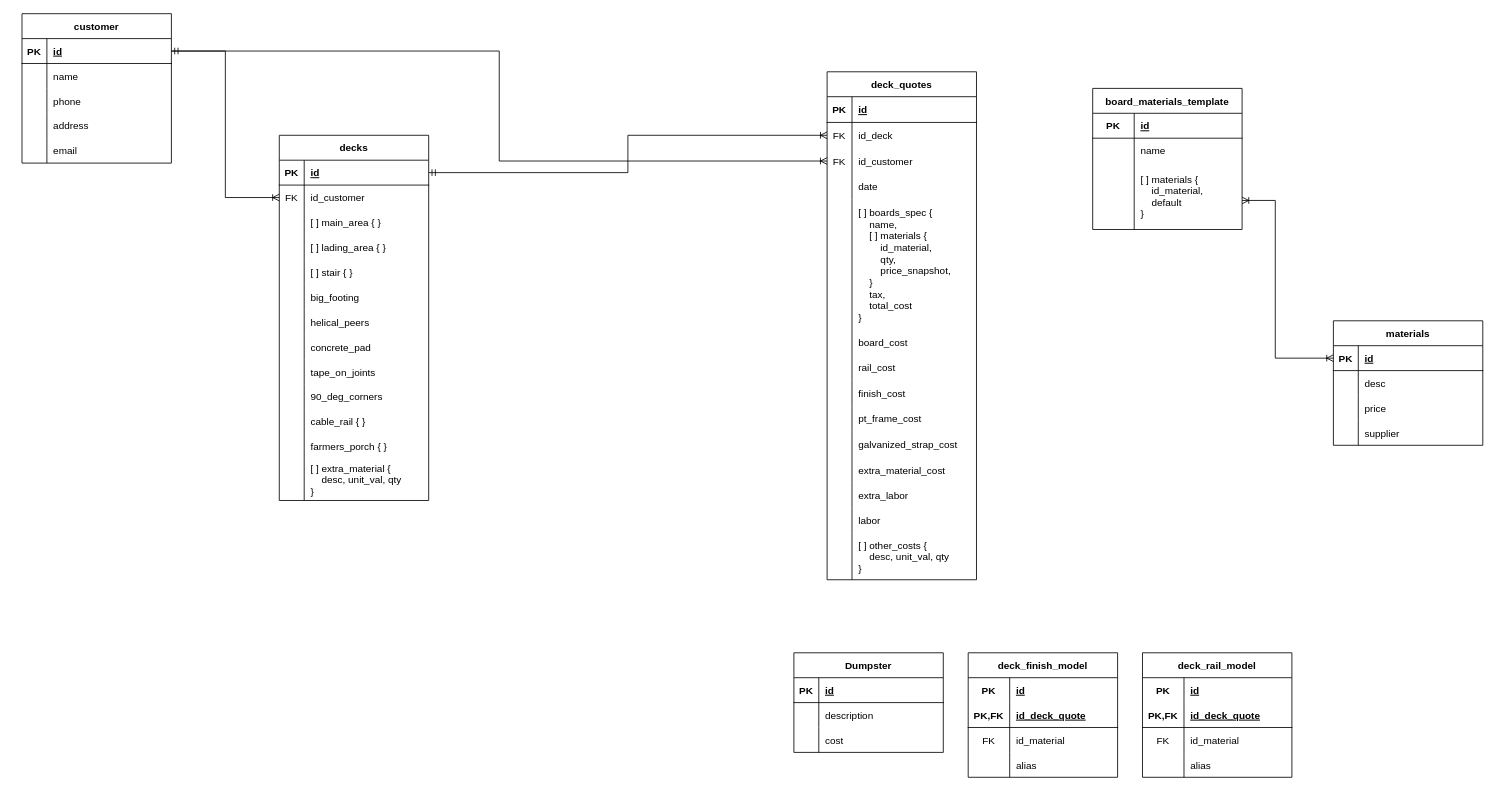
Above: der.drawio in winter-hill-builders/docker (draw.io), before the change. Source tidied: cells renumbered, new cells numbered last; positions are measured from the earlier drawing's top-left corner, leaving out a move shared by most shapes. Both pictures are drawn from the tidied source at 83%, with x=0, y=0 at pixel (22, 13).
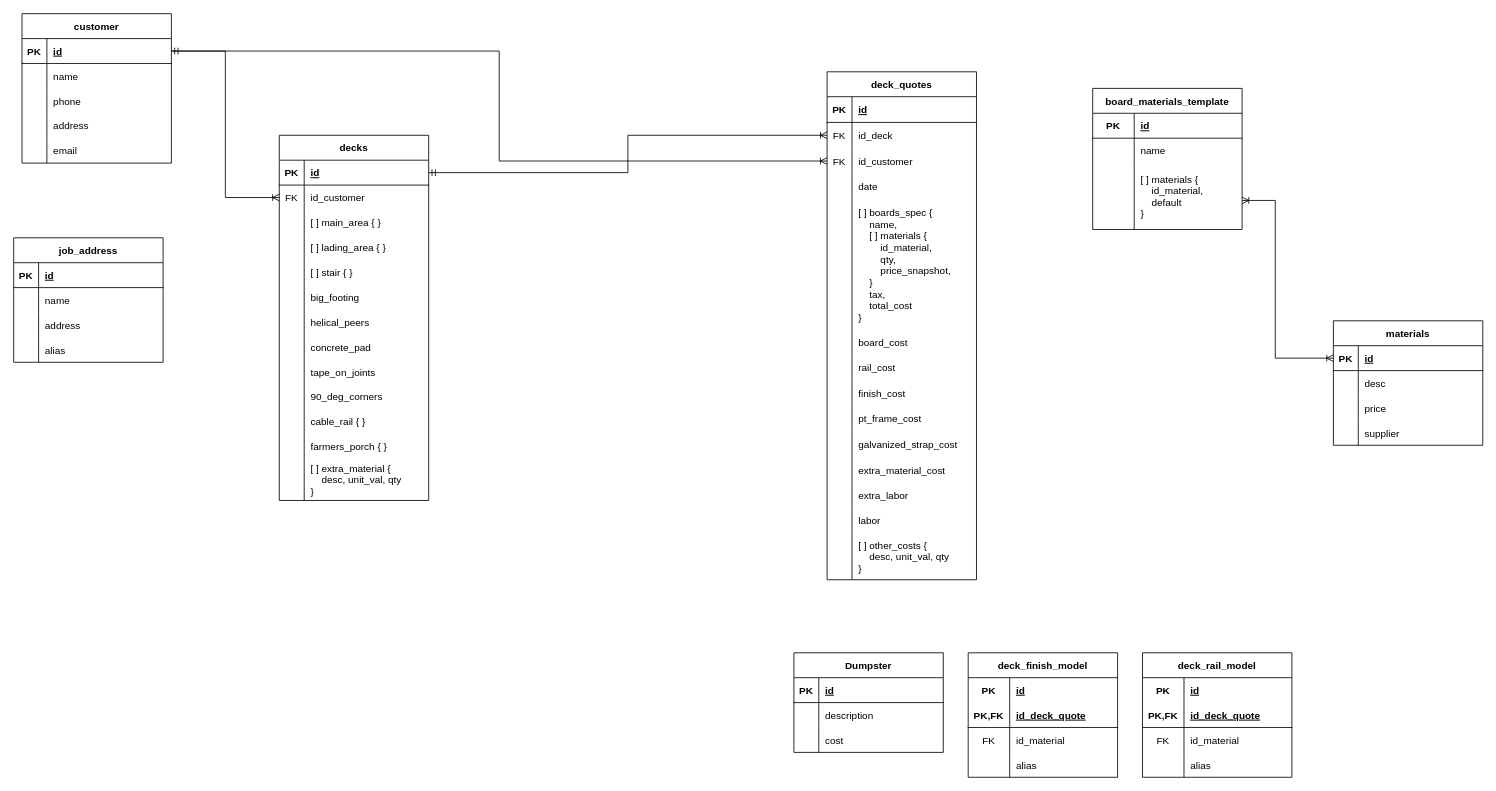
After the change.

Diff of the diagram source:
```diff
@@
+    <mxCell id="165" value="job_address" style="shape=table;startSize=30;childLayout=tableLayout;rowLines=0;fontStyle=1;align=center;" parent="1" vertex="1">
+      <mxGeometry x="-10" y="270" width="180" height="150" as="geometry" />
+    </mxCell>
+    <mxCell id="166" style="shape=tableRow;horizontal=0;startSize=0;swimlaneHead=0;swimlaneBody=0;fillColor=none;top=0;left=0;right=0;bottom=1;" parent="165" vertex="1">
+      <mxGeometry y="30" width="180" height="30" as="geometry" />
+    </mxCell>
+    <mxCell id="167" value="PK" style="shape=partialRectangle;fillColor=none;top=0;left=0;bottom=0;right=0;fontStyle=1;overflow=hidden;" parent="166" vertex="1">
+      <mxGeometry width="30" height="30" as="geometry" />
+    </mxCell>
+    <mxCell id="168" value="id" style="shape=partialRectangle;fillColor=none;top=0;left=0;bottom=0;right=0;align=left;spacingLeft=6;fontStyle=5;overflow=hidden;" parent="166" vertex="1">
+      <mxGeometry x="30" width="150" height="30" as="geometry" />
+    </mxCell>
+    <mxCell id="169" style="shape=tableRow;horizontal=0;startSize=0;swimlaneHead=0;swimlaneBody=0;fillColor=none;top=0;left=0;right=0;bottom=0;" parent="165" vertex="1">
+      <mxGeometry y="60" width="180" height="30" as="geometry" />
+    </mxCell>
+    <mxCell id="170" style="shape=partialRectangle;fillColor=none;top=0;left=0;bottom=0;right=0;overflow=hidden;" parent="169" vertex="1">
+      <mxGeometry width="30" height="30" as="geometry" />
+    </mxCell>
+    <mxCell id="171" value="name" style="shape=partialRectangle;fillColor=none;top=0;left=0;bottom=0;right=0;align=left;spacingLeft=6;overflow=hidden;" parent="169" vertex="1">
+      <mxGeometry x="30" width="150" height="30" as="geometry" />
+    </mxCell>
+    <mxCell id="172" style="shape=tableRow;horizontal=0;startSize=0;swimlaneHead=0;swimlaneBody=0;fillColor=none;top=0;left=0;right=0;bottom=0;" parent="165" vertex="1">
+      <mxGeometry y="90" width="180" height="30" as="geometry" />
+    </mxCell>
+    <mxCell id="173" style="shape=partialRectangle;fillColor=none;top=0;left=0;bottom=0;right=0;overflow=hidden;" parent="172" vertex="1">
+      <mxGeometry width="30" height="30" as="geometry" />
+    </mxCell>
+    <mxCell id="174" value="address" style="shape=partialRectangle;fillColor=none;top=0;left=0;bottom=0;right=0;align=left;spacingLeft=6;overflow=hidden;" parent="172" vertex="1">
+      <mxGeometry x="30" width="150" height="30" as="geometry" />
+    </mxCell>
+    <mxCell id="175" style="shape=tableRow;horizontal=0;startSize=0;swimlaneHead=0;swimlaneBody=0;fillColor=none;top=0;left=0;right=0;bottom=0;" parent="165" vertex="1">
+      <mxGeometry y="120" width="180" height="30" as="geometry" />
+    </mxCell>
+    <mxCell id="176" style="shape=partialRectangle;fillColor=none;top=0;left=0;bottom=0;right=0;overflow=hidden;" parent="175" vertex="1">
+      <mxGeometry width="30" height="30" as="geometry" />
+    </mxCell>
+    <mxCell id="177" value="alias" style="shape=partialRectangle;fillColor=none;top=0;left=0;bottom=0;right=0;align=left;spacingLeft=6;overflow=hidden;" parent="175" vertex="1">
+      <mxGeometry x="30" width="150" height="30" as="geometry" />
+    </mxCell>
```
